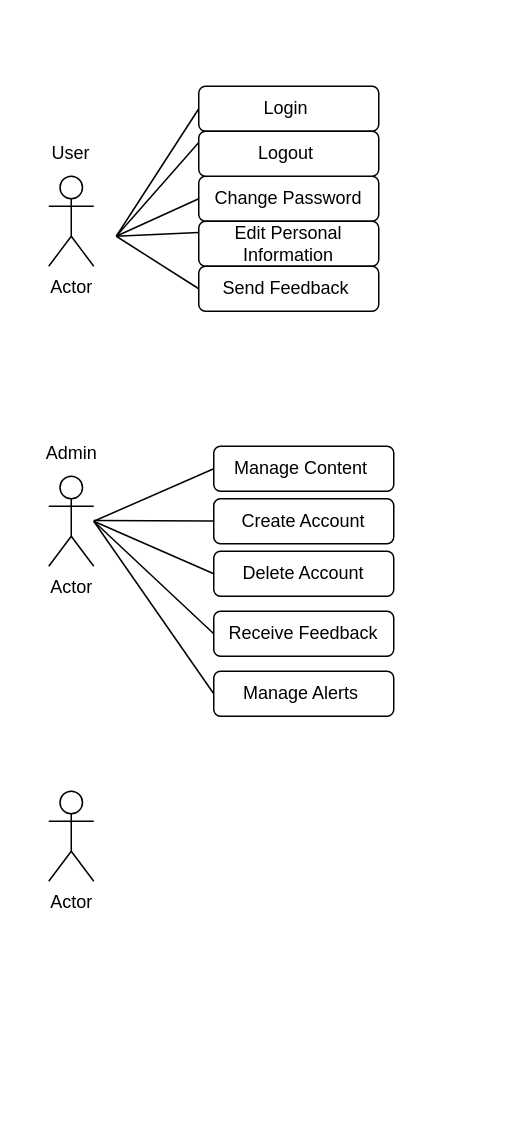
The draw.io diagram Use_Case_Diagram.drawio in JGomez8216/lab-agile-planning, before the edit. Source tidied: cells renumbered, new cells numbered last; positions are measured from the earlier drawing's top-left corner, leaving out a move shared by most shapes. Both pictures are drawn from the tidied source at 150%, with x=0, y=0 at pixel (26, 86).
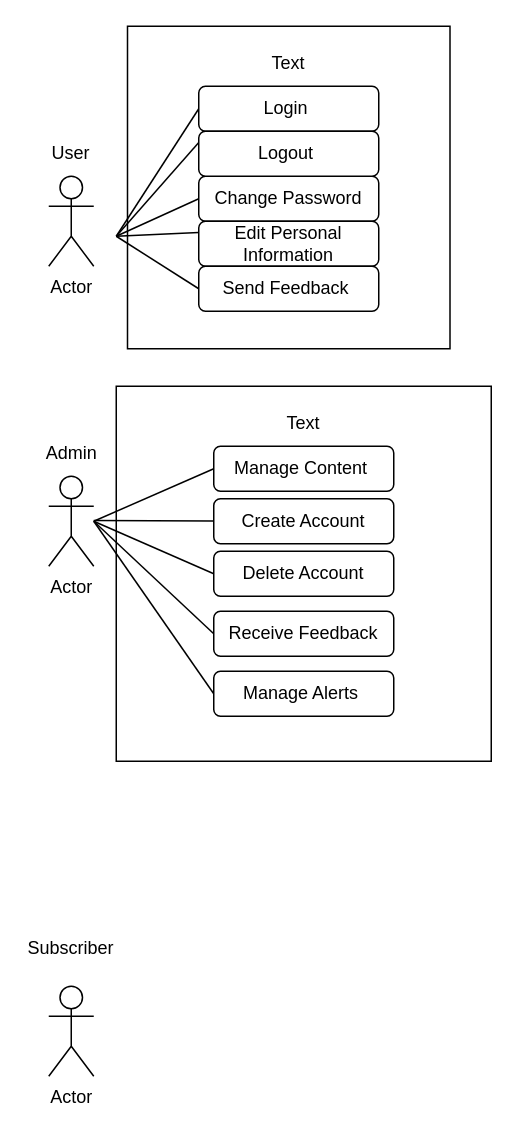
Above is the later version.

Change to the diagram source:
```diff
@@
     <mxCell id="4" value="Actor" style="shape=umlActor;verticalLabelPosition=bottom;verticalAlign=top;html=1;" parent="1" vertex="1">
-      <mxGeometry x="15" y="470" width="30" height="60" as="geometry" />
+      <mxGeometry x="15" y="600" width="30" height="60" as="geometry" />
     </mxCell>
@@
+    <mxCell id="27" style="whiteSpace=wrap;html=1;fillColor=none;gradientColor=default;" parent="1" vertex="1">
+      <mxGeometry x="60" y="200" width="250" height="250" as="geometry" />
+    </mxCell>
+    <mxCell id="28" style="whiteSpace=wrap;html=1;fillColor=none;" parent="1" vertex="1">
+      <mxGeometry x="67.5" y="-40" width="215" height="215" as="geometry" />
+    </mxCell>
+    <mxCell id="29" value="Text" style="text;html=1;align=center;verticalAlign=middle;whiteSpace=wrap;rounded=0;" parent="1" vertex="1">
+      <mxGeometry x="155" y="210" width="60" height="30" as="geometry" />
+    </mxCell>
+    <mxCell id="30" value="Text" style="text;html=1;align=center;verticalAlign=middle;whiteSpace=wrap;rounded=0;" parent="1" vertex="1">
+      <mxGeometry x="145" y="-30" width="60" height="30" as="geometry" />
+    </mxCell>
+    <mxCell id="31" value="Subscriber" style="text;html=1;align=center;verticalAlign=middle;whiteSpace=wrap;rounded=0;" parent="1" vertex="1">
+      <mxGeometry y="560" width="60" height="30" as="geometry" />
+    </mxCell>
```
